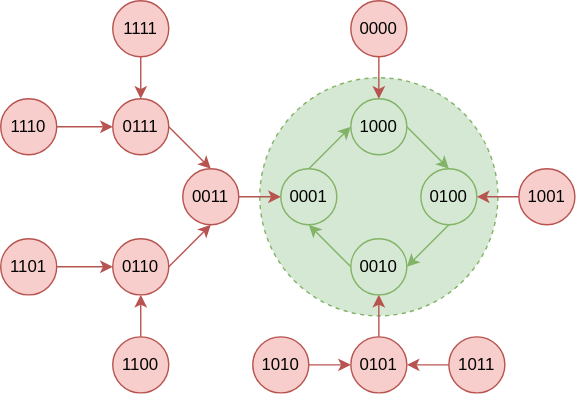
Above: my-project/docs/assets/images/DLD/ringcounter_state_diagram.svg in Gerard-Devlin/TechMind (draw.io), before the change. Source tidied: cells renumbered, new cells last; positions are measured from the earlier drawing's top-left corner, leaving out a move shared by most shapes.
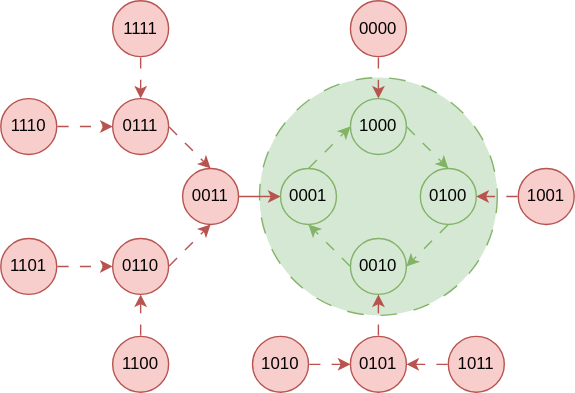
The same file after the commit.

Commit message:
add animation for DLD state diagram

Change to the diagram source:
```diff
@@ -2,58 +2,63 @@
   <root>
     <mxCell id="0" />
     <mxCell id="1" parent="0" />
-    <mxCell id="2" style="ellipse;whiteSpace=wrap;html=1;fillColor=#d5e8d4;dashed=1;strokeColor=#82b366;fillStyle=auto;shadow=0;" parent="1" vertex="1">
+    <mxCell id="2" style="ellipse;whiteSpace=wrap;html=1;fillColor=#d5e8d4;dashed=1;strokeColor=#82b366;fillStyle=auto;shadow=0;dashPattern=12 12;" parent="1" vertex="1">
       <mxGeometry x="185" y="55" width="170" height="170" as="geometry" />
     </mxCell>
-    <mxCell id="3" style="rounded=0;jettySize=auto;html=1;exitX=1;exitY=0.5;exitDx=0;exitDy=0;entryX=0.5;entryY=0;entryDx=0;entryDy=0;fillColor=#d5e8d4;strokeColor=#82b366;" parent="1" edge="1" source="4" target="6">
+    <mxCell id="3" style="rounded=0;jettySize=auto;html=1;exitX=1;exitY=0.5;exitDx=0;exitDy=0;entryX=0.5;entryY=0;entryDx=0;entryDy=0;fillColor=#d5e8d4;strokeColor=#82b366;flowAnimation=1;" parent="1" edge="1" source="4" target="6">
       <mxGeometry relative="1" as="geometry" />
     </mxCell>
     <mxCell id="4" value="1000" style="ellipse;whiteSpace=wrap;html=1;fillColor=#d5e8d4;strokeColor=#82b366;" parent="1" vertex="1">
       <mxGeometry x="250" y="70" width="40" height="40" as="geometry" />
     </mxCell>
-    <mxCell id="5" style="rounded=0;jettySize=auto;html=1;exitX=0.5;exitY=1;exitDx=0;exitDy=0;entryX=1;entryY=0.5;entryDx=0;entryDy=0;fillColor=#d5e8d4;strokeColor=#82b366;" parent="1" edge="1" source="6" target="8">
+    <mxCell id="5" style="rounded=0;jettySize=auto;html=1;exitX=0.5;exitY=1;exitDx=0;exitDy=0;entryX=1;entryY=0.5;entryDx=0;entryDy=0;fillColor=#d5e8d4;strokeColor=#82b366;flowAnimation=1;" parent="1" edge="1" source="6" target="8">
       <mxGeometry relative="1" as="geometry" />
     </mxCell>
     <mxCell id="6" value="0100&lt;span style=&quot;color: rgba(0, 0, 0, 0); font-family: monospace; font-size: 0px; text-align: start; text-wrap-mode: nowrap;&quot;&gt;%3CmxGraphModel%3E%3Croot%3E%3CmxCell%20id%3D%220%22%2F%3E%3CmxCell%20id%3D%221%22%20parent%3D%220%22%2F%3E%3CmxCell%20id%3D%222%22%20parent%3D%221%22%20style%3D%22ellipse%3BwhiteSpace%3Dwrap%3Bhtml%3D1%3Baspect%3Dfixed%3B%22%20value%3D%221000%22%20vertex%3D%221%22%3E%3CmxGeometry%20height%3D%2240%22%20width%3D%2240%22%20x%3D%22540%22%20y%3D%22280%22%20as%3D%22geometry%22%2F%3E%3C%2FmxCell%3E%3C%2Froot%3E%3C%2FmxGraphModel%3E&lt;/span&gt;" style="ellipse;whiteSpace=wrap;html=1;fillColor=#d5e8d4;strokeColor=#82b366;" parent="1" vertex="1">
       <mxGeometry x="300" y="120" width="40" height="40" as="geometry" />
     </mxCell>
-    <mxCell id="7" style="rounded=0;jettySize=auto;html=1;exitX=0;exitY=0.5;exitDx=0;exitDy=0;entryX=0.5;entryY=1;entryDx=0;entryDy=0;fillColor=#d5e8d4;strokeColor=#82b366;" parent="1" edge="1" source="8" target="10">
+    <mxCell id="7" style="rounded=0;jettySize=auto;html=1;exitX=0;exitY=0.5;exitDx=0;exitDy=0;entryX=0.5;entryY=1;entryDx=0;entryDy=0;fillColor=#d5e8d4;strokeColor=#82b366;flowAnimation=1;" parent="1" edge="1" source="8" target="10">
       <mxGeometry relative="1" as="geometry" />
     </mxCell>
     <mxCell id="8" value="0010" style="ellipse;whiteSpace=wrap;html=1;fillColor=#d5e8d4;strokeColor=#82b366;" parent="1" vertex="1">
       <mxGeometry x="250" y="170" width="40" height="40" as="geometry" />
     </mxCell>
-    <mxCell id="9" style="rounded=0;jettySize=auto;html=1;exitX=0.5;exitY=0;exitDx=0;exitDy=0;entryX=0;entryY=0.5;entryDx=0;entryDy=0;fillColor=#d5e8d4;strokeColor=#82b366;" parent="1" edge="1" source="10" target="4">
+    <mxCell id="9" style="rounded=0;jettySize=auto;html=1;exitX=0.5;exitY=0;exitDx=0;exitDy=0;entryX=0;entryY=0.5;entryDx=0;entryDy=0;fillColor=#d5e8d4;strokeColor=#82b366;flowAnimation=1;" parent="1" edge="1" source="10" target="4">
       <mxGeometry relative="1" as="geometry" />
     </mxCell>
     <mxCell id="10" value="0001" style="ellipse;whiteSpace=wrap;html=1;fillColor=#d5e8d4;strokeColor=#82b366;" parent="1" vertex="1">
       <mxGeometry x="200" y="120" width="40" height="40" as="geometry" />
     </mxCell>
-    <mxCell id="11" style="edgeStyle=orthogonalEdgeStyle;rounded=0;jettySize=auto;html=1;exitX=0;exitY=0.5;exitDx=0;exitDy=0;entryX=1;entryY=0.5;entryDx=0;entryDy=0;fillColor=#f8cecc;strokeColor=#b85450;" parent="1" edge="1" source="12" target="6">
+    <mxCell id="11" style="edgeStyle=orthogonalEdgeStyle;rounded=0;jettySize=auto;html=1;exitX=0;exitY=0.5;exitDx=0;exitDy=0;entryX=1;entryY=0.5;entryDx=0;entryDy=0;fillColor=#f8cecc;strokeColor=#b85450;flowAnimation=1;" parent="1" edge="1" source="12" target="6">
       <mxGeometry relative="1" as="geometry" />
     </mxCell>
     <mxCell id="12" value="1001" style="ellipse;whiteSpace=wrap;html=1;fillColor=#f8cecc;strokeColor=#b85450;" parent="1" vertex="1">
       <mxGeometry x="370" y="120" width="40" height="40" as="geometry" />
     </mxCell>
-    <mxCell id="13" style="edgeStyle=orthogonalEdgeStyle;rounded=0;jettySize=auto;html=1;exitX=0.5;exitY=1;exitDx=0;exitDy=0;entryX=0.5;entryY=0;entryDx=0;entryDy=0;fillColor=#f8cecc;strokeColor=#b85450;" parent="1" edge="1" source="14" target="4">
+    <mxCell id="13" style="edgeStyle=orthogonalEdgeStyle;rounded=0;jettySize=auto;html=1;exitX=0.5;exitY=1;exitDx=0;exitDy=0;entryX=0.5;entryY=0;entryDx=0;entryDy=0;fillColor=#f8cecc;strokeColor=#b85450;flowAnimation=1;" parent="1" edge="1" source="14" target="4">
       <mxGeometry relative="1" as="geometry" />
     </mxCell>
     <mxCell id="14" value="0000" style="ellipse;whiteSpace=wrap;html=1;fillColor=#f8cecc;strokeColor=#b85450;" parent="1" vertex="1">
       <mxGeometry x="250" width="40" height="40" as="geometry" />
     </mxCell>
-    <mxCell id="15" style="edgeStyle=orthogonalEdgeStyle;rounded=0;jettySize=auto;html=1;exitX=0.5;exitY=0;exitDx=0;exitDy=0;entryX=0.5;entryY=1;entryDx=0;entryDy=0;fillColor=#f8cecc;strokeColor=#b85450;" parent="1" edge="1" source="16" target="8">
+    <mxCell id="15" style="edgeStyle=orthogonalEdgeStyle;rounded=0;jettySize=auto;html=1;exitX=0.5;exitY=0;exitDx=0;exitDy=0;entryX=0.5;entryY=1;entryDx=0;entryDy=0;fillColor=#f8cecc;strokeColor=#b85450;flowAnimation=1;" parent="1" edge="1" source="16" target="8">
       <mxGeometry relative="1" as="geometry" />
     </mxCell>
     <mxCell id="16" value="0101" style="ellipse;whiteSpace=wrap;html=1;fillColor=#f8cecc;strokeColor=#b85450;" parent="1" vertex="1">
       <mxGeometry x="250" y="240" width="40" height="40" as="geometry" />
     </mxCell>
-    <mxCell id="17" style="edgeStyle=orthogonalEdgeStyle;rounded=0;jettySize=auto;html=1;exitX=0;exitY=0.5;exitDx=0;exitDy=0;entryX=1;entryY=0.5;entryDx=0;entryDy=0;fillColor=#f8cecc;strokeColor=#b85450;" parent="1" edge="1" source="18" target="16">
-      <mxGeometry relative="1" as="geometry" />
+    <mxCell id="17" style="edgeStyle=orthogonalEdgeStyle;rounded=0;jettySize=auto;html=1;exitX=0;exitY=0.5;exitDx=0;exitDy=0;entryX=1;entryY=0.5;entryDx=0;entryDy=0;fillColor=#f8cecc;strokeColor=#b85450;flowAnimation=1;" parent="1" edge="1" source="18" target="16">
+      <mxGeometry relative="1" as="geometry">
+        <Array as="points">
+          <mxPoint x="310" y="260" />
+          <mxPoint x="310" y="260" />
+        </Array>
+      </mxGeometry>
     </mxCell>
     <mxCell id="18" value="1011" style="ellipse;whiteSpace=wrap;html=1;fillColor=#f8cecc;strokeColor=#b85450;" parent="1" vertex="1">
       <mxGeometry x="320" y="240" width="40" height="40" as="geometry" />
     </mxCell>
-    <mxCell id="19" style="edgeStyle=orthogonalEdgeStyle;rounded=0;jettySize=auto;html=1;exitX=1;exitY=0.5;exitDx=0;exitDy=0;entryX=0;entryY=0.5;entryDx=0;entryDy=0;fillColor=#f8cecc;strokeColor=#b85450;" parent="1" edge="1" source="20" target="16">
+    <mxCell id="19" style="edgeStyle=orthogonalEdgeStyle;rounded=0;jettySize=auto;html=1;exitX=1;exitY=0.5;exitDx=0;exitDy=0;entryX=0;entryY=0.5;entryDx=0;entryDy=0;fillColor=#f8cecc;strokeColor=#b85450;flowAnimation=1;" parent="1" edge="1" source="20" target="16">
       <mxGeometry relative="1" as="geometry" />
     </mxCell>
     <mxCell id="20" value="1010" style="ellipse;whiteSpace=wrap;html=1;fillColor=#f8cecc;strokeColor=#b85450;" parent="1" vertex="1">
@@ -65,37 +70,37 @@
     <mxCell id="22" value="0011" style="ellipse;whiteSpace=wrap;html=1;fillColor=#f8cecc;strokeColor=#b85450;" parent="1" vertex="1">
       <mxGeometry x="130" y="120" width="40" height="40" as="geometry" />
     </mxCell>
-    <mxCell id="23" style="rounded=0;jettySize=auto;html=1;exitX=1;exitY=0.5;exitDx=0;exitDy=0;entryX=0.5;entryY=1;entryDx=0;entryDy=0;fillColor=#f8cecc;strokeColor=#b85450;" parent="1" edge="1" source="24" target="22">
+    <mxCell id="23" style="rounded=0;jettySize=auto;html=1;exitX=1;exitY=0.5;exitDx=0;exitDy=0;entryX=0.5;entryY=1;entryDx=0;entryDy=0;fillColor=#f8cecc;strokeColor=#b85450;flowAnimation=1;" parent="1" edge="1" source="24" target="22">
       <mxGeometry relative="1" as="geometry" />
     </mxCell>
     <mxCell id="24" value="0110" style="ellipse;whiteSpace=wrap;html=1;fillColor=#f8cecc;strokeColor=#b85450;" parent="1" vertex="1">
       <mxGeometry x="80" y="170" width="40" height="40" as="geometry" />
     </mxCell>
-    <mxCell id="25" style="edgeStyle=orthogonalEdgeStyle;rounded=0;jettySize=auto;html=1;exitX=1;exitY=0.5;exitDx=0;exitDy=0;entryX=0;entryY=0.5;entryDx=0;entryDy=0;fillColor=#f8cecc;strokeColor=#b85450;" parent="1" edge="1" source="26" target="24">
+    <mxCell id="25" style="edgeStyle=orthogonalEdgeStyle;rounded=0;jettySize=auto;html=1;exitX=1;exitY=0.5;exitDx=0;exitDy=0;entryX=0;entryY=0.5;entryDx=0;entryDy=0;fillColor=#f8cecc;strokeColor=#b85450;flowAnimation=1;" parent="1" edge="1" source="26" target="24">
       <mxGeometry relative="1" as="geometry" />
     </mxCell>
     <mxCell id="26" value="1101" style="ellipse;whiteSpace=wrap;html=1;fillColor=#f8cecc;strokeColor=#b85450;" parent="1" vertex="1">
       <mxGeometry y="170" width="40" height="40" as="geometry" />
     </mxCell>
-    <mxCell id="27" style="edgeStyle=orthogonalEdgeStyle;rounded=0;jettySize=auto;html=1;exitX=0.5;exitY=0;exitDx=0;exitDy=0;entryX=0.5;entryY=1;entryDx=0;entryDy=0;fillColor=#f8cecc;strokeColor=#b85450;" parent="1" edge="1" source="28" target="24">
+    <mxCell id="27" style="edgeStyle=orthogonalEdgeStyle;rounded=0;jettySize=auto;html=1;exitX=0.5;exitY=0;exitDx=0;exitDy=0;entryX=0.5;entryY=1;entryDx=0;entryDy=0;fillColor=#f8cecc;strokeColor=#b85450;flowAnimation=1;" parent="1" edge="1" source="28" target="24">
       <mxGeometry relative="1" as="geometry" />
     </mxCell>
     <mxCell id="28" value="1100" style="ellipse;whiteSpace=wrap;html=1;fillColor=#f8cecc;strokeColor=#b85450;" parent="1" vertex="1">
       <mxGeometry x="80" y="240" width="40" height="40" as="geometry" />
     </mxCell>
-    <mxCell id="29" style="rounded=0;jettySize=auto;html=1;exitX=1;exitY=0.5;exitDx=0;exitDy=0;entryX=0.5;entryY=0;entryDx=0;entryDy=0;fillColor=#f8cecc;strokeColor=#b85450;" parent="1" edge="1" source="30" target="22">
+    <mxCell id="29" style="rounded=0;jettySize=auto;html=1;exitX=1;exitY=0.5;exitDx=0;exitDy=0;entryX=0.5;entryY=0;entryDx=0;entryDy=0;fillColor=#f8cecc;strokeColor=#b85450;flowAnimation=1;" parent="1" edge="1" source="30" target="22">
       <mxGeometry relative="1" as="geometry" />
     </mxCell>
     <mxCell id="30" value="0111" style="ellipse;whiteSpace=wrap;html=1;fillColor=#f8cecc;strokeColor=#b85450;" parent="1" vertex="1">
       <mxGeometry x="80" y="70" width="40" height="40" as="geometry" />
     </mxCell>
-    <mxCell id="31" style="edgeStyle=orthogonalEdgeStyle;rounded=0;jettySize=auto;html=1;exitX=0.5;exitY=1;exitDx=0;exitDy=0;entryX=0.5;entryY=0;entryDx=0;entryDy=0;fillColor=#f8cecc;strokeColor=#b85450;" parent="1" edge="1" source="32" target="30">
+    <mxCell id="31" style="edgeStyle=orthogonalEdgeStyle;rounded=0;jettySize=auto;html=1;exitX=0.5;exitY=1;exitDx=0;exitDy=0;entryX=0.5;entryY=0;entryDx=0;entryDy=0;fillColor=#f8cecc;strokeColor=#b85450;flowAnimation=1;" parent="1" edge="1" source="32" target="30">
       <mxGeometry relative="1" as="geometry" />
     </mxCell>
     <mxCell id="32" value="1111" style="ellipse;whiteSpace=wrap;html=1;fillColor=#f8cecc;strokeColor=#b85450;" parent="1" vertex="1">
       <mxGeometry x="80" width="40" height="40" as="geometry" />
     </mxCell>
-    <mxCell id="33" style="edgeStyle=orthogonalEdgeStyle;rounded=0;jettySize=auto;html=1;exitX=1;exitY=0.5;exitDx=0;exitDy=0;entryX=0;entryY=0.5;entryDx=0;entryDy=0;fillColor=#f8cecc;strokeColor=#b85450;" parent="1" edge="1" source="34" target="30">
+    <mxCell id="33" style="edgeStyle=orthogonalEdgeStyle;rounded=0;jettySize=auto;html=1;exitX=1;exitY=0.5;exitDx=0;exitDy=0;entryX=0;entryY=0.5;entryDx=0;entryDy=0;fillColor=#f8cecc;strokeColor=#b85450;flowAnimation=1;" parent="1" edge="1" source="34" target="30">
       <mxGeometry relative="1" as="geometry" />
     </mxCell>
     <mxCell id="34" value="1110" style="ellipse;whiteSpace=wrap;html=1;fillColor=#f8cecc;strokeColor=#b85450;" parent="1" vertex="1">
```
